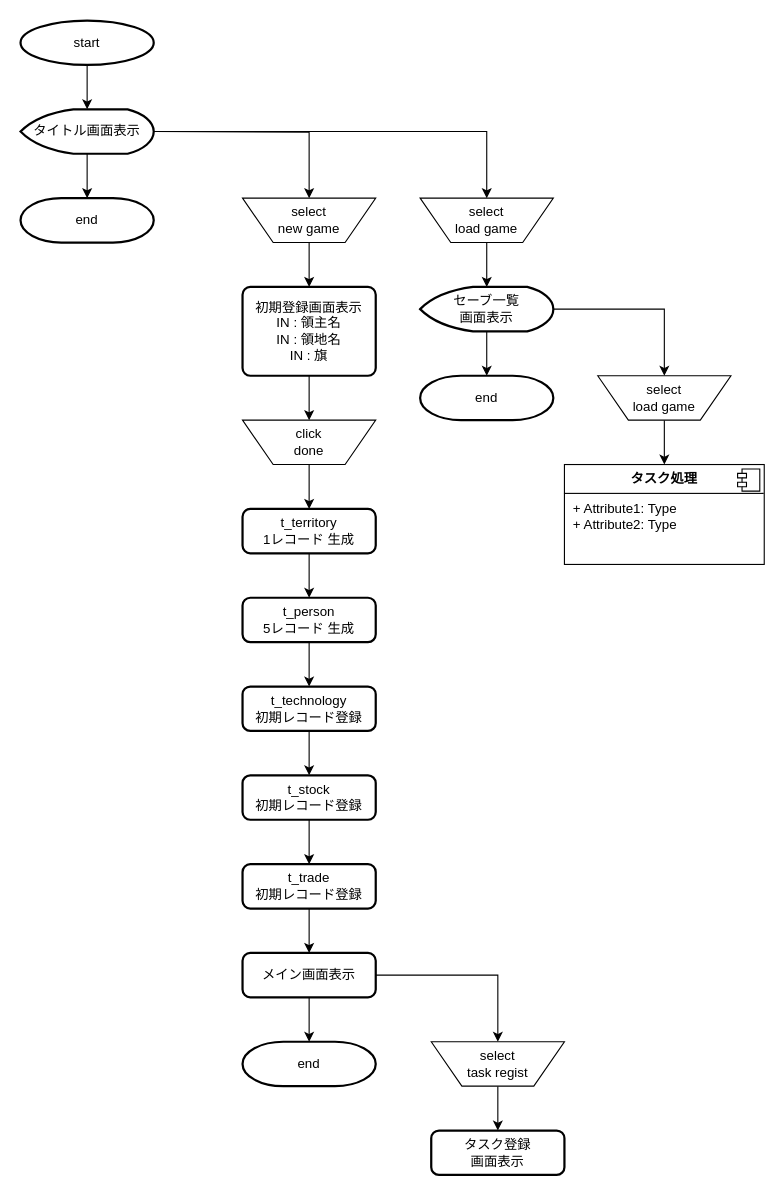
T-Miyaoka/geeklog keeps this draw.io diagram as page "フローチャート" (2 of 4) of table.drawio. Above is the earlier version. Source tidied: cells renumbered, new cells numbered last; positions are measured from the earlier drawing's top-left corner, leaving out a move shared by most shapes. Both pictures are drawn from the tidied source at 111%, with x=0, y=0 at pixel (20, 20).
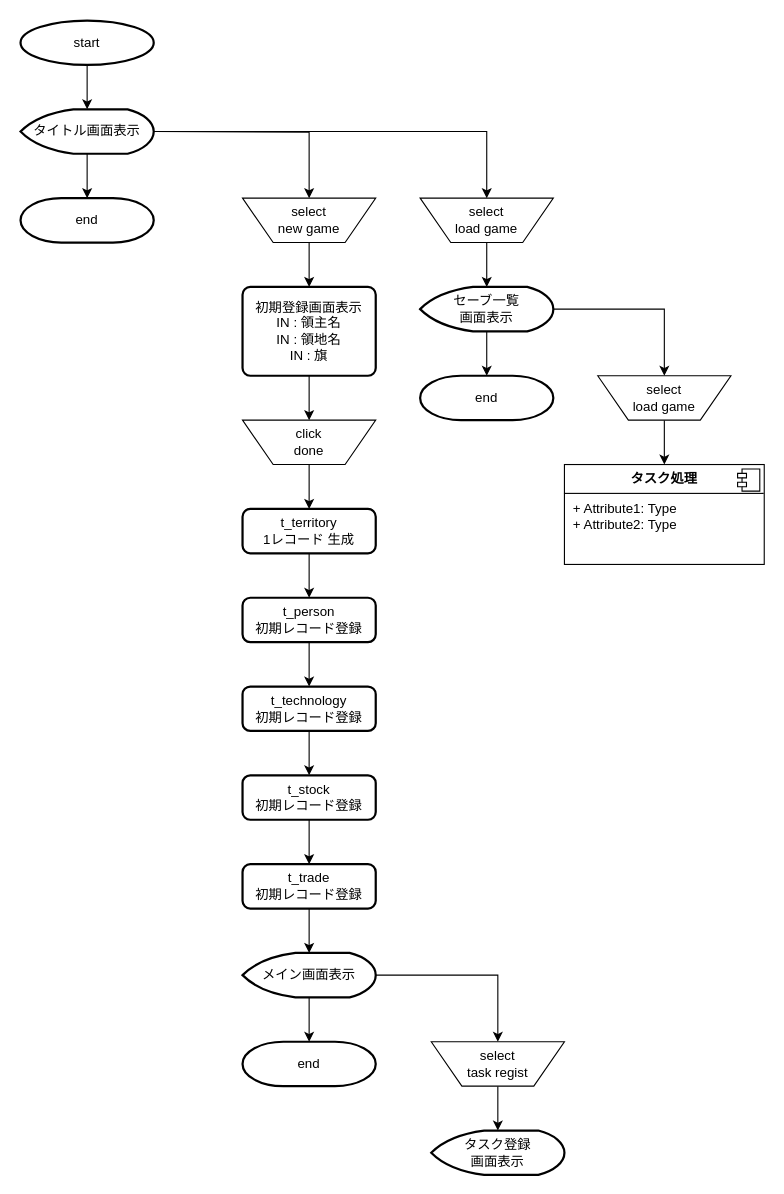
The same diagram, later.

Commit message (it also covers changes not shown here):
table.drawio を更新します

The change refers to these unchanged cells:
```xml
<mxCell id="11" value="&lt;span style=&quot;text-wrap: nowrap;&quot;&gt;&lt;font style=&quot;font-size: 12px;&quot;&gt;t_trade&lt;/font&gt;&lt;/span&gt;&lt;div&gt;&lt;span style=&quot;text-wrap: nowrap;&quot;&gt;初期レコード登録&lt;/span&gt;&lt;/div&gt;" style="rounded=1;whiteSpace=wrap;html=1;absoluteArcSize=1;arcSize=14;strokeWidth=2;" parent="1" vertex="1">
  <mxGeometry x="200" y="760" width="120" height="40" as="geometry" />
</mxCell>
<mxCell id="37" value="&lt;div&gt;select&lt;/div&gt;&lt;div&gt;task regist&lt;/div&gt;&lt;div&gt;&lt;/div&gt;&lt;div&gt;&lt;/div&gt;" style="verticalLabelPosition=middle;verticalAlign=middle;html=1;shape=trapezoid;perimeter=trapezoidPerimeter;whiteSpace=wrap;size=0.23;arcSize=10;flipV=1;labelPosition=center;align=center;" parent="1" vertex="1">
  <mxGeometry x="370" y="920" width="120" height="40" as="geometry" />
</mxCell>
```

Change to the diagram source:
```diff
@@
-    <mxCell id="5" value="&lt;span style=&quot;text-wrap: nowrap;&quot;&gt;t_person&lt;/span&gt;&lt;div&gt;&lt;span style=&quot;text-wrap: nowrap;&quot;&gt;5レコード 生成&lt;/span&gt;&lt;br&gt;&lt;/div&gt;" style="rounded=1;whiteSpace=wrap;html=1;absoluteArcSize=1;arcSize=14;strokeWidth=2;" parent="1" vertex="1">
+    <mxCell id="5" value="&lt;span style=&quot;text-wrap: nowrap;&quot;&gt;t_person&lt;/span&gt;&lt;div&gt;&lt;span style=&quot;text-wrap: nowrap;&quot;&gt;初期レコード登録&lt;/span&gt;&lt;br&gt;&lt;/div&gt;" style="rounded=1;whiteSpace=wrap;html=1;absoluteArcSize=1;arcSize=14;strokeWidth=2;" parent="1" vertex="1">
       <mxGeometry x="200" y="520" width="120" height="40" as="geometry" />
     </mxCell>
@@
-    <mxCell id="10" style="edgeStyle=orthogonalEdgeStyle;rounded=0;jettySize=auto;html=1;" parent="1" edge="1" source="11" target="13">
-      <mxGeometry relative="1" as="geometry" />
+    <mxCell id="10" style="edgeStyle=orthogonalEdgeStyle;rounded=0;jettySize=auto;html=1;" parent="1" edge="1" source="11">
+      <mxGeometry relative="1" as="geometry">
+        <mxPoint x="260" y="840" as="targetPoint" />
+      </mxGeometry>
     </mxCell>
@@
-    <mxCell id="13" value="&lt;span style=&quot;text-wrap: nowrap;&quot;&gt;&lt;font style=&quot;font-size: 12px;&quot;&gt;メイン画面表示&lt;/font&gt;&lt;/span&gt;" style="rounded=1;whiteSpace=wrap;html=1;absoluteArcSize=1;arcSize=14;strokeWidth=2;" parent="1" vertex="1">
-      <mxGeometry x="200" y="840" width="120" height="40" as="geometry" />
-    </mxCell>
@@
-    <mxCell id="29" value="&lt;span style=&quot;text-wrap: nowrap;&quot;&gt;&lt;font style=&quot;font-size: 12px;&quot;&gt;タスク登録&lt;/font&gt;&lt;/span&gt;&lt;div&gt;&lt;span style=&quot;text-wrap: nowrap;&quot;&gt;&lt;font style=&quot;font-size: 12px;&quot;&gt;画面表示&lt;/font&gt;&lt;/span&gt;&lt;/div&gt;" style="rounded=1;whiteSpace=wrap;html=1;absoluteArcSize=1;arcSize=14;strokeWidth=2;" parent="1" vertex="1">
-      <mxGeometry x="370" y="1000" width="120" height="40" as="geometry" />
-    </mxCell>
@@
-    <mxCell id="36" style="edgeStyle=orthogonalEdgeStyle;rounded=0;jettySize=auto;html=1;entryX=0.5;entryY=0;entryDx=0;entryDy=0;" parent="1" edge="1" source="37" target="29">
+    <mxCell id="36" style="edgeStyle=orthogonalEdgeStyle;rounded=0;jettySize=auto;html=1;entryX=0.5;entryY=0;entryDx=0;entryDy=0;entryPerimeter=0;" parent="1" edge="1" source="37" target="29">
       <mxGeometry relative="1" as="geometry" />
     </mxCell>
@@
+    <mxCell id="13" value="&lt;span style=&quot;text-wrap: nowrap;&quot;&gt;メイン画面表示&lt;/span&gt;" style="strokeWidth=2;html=1;shape=mxgraph.flowchart.display;whiteSpace=wrap;" parent="1" vertex="1">
+      <mxGeometry x="200" y="840" width="120" height="40" as="geometry" />
+    </mxCell>
+    <mxCell id="29" value="&lt;span style=&quot;text-wrap: nowrap;&quot;&gt;タスク登録&lt;/span&gt;&lt;div&gt;&lt;span style=&quot;text-wrap: nowrap;&quot;&gt;画面表示&lt;/span&gt;&lt;/div&gt;" style="strokeWidth=2;html=1;shape=mxgraph.flowchart.display;whiteSpace=wrap;" parent="1" vertex="1">
+      <mxGeometry x="370" y="1000" width="120" height="40" as="geometry" />
+    </mxCell>
```
